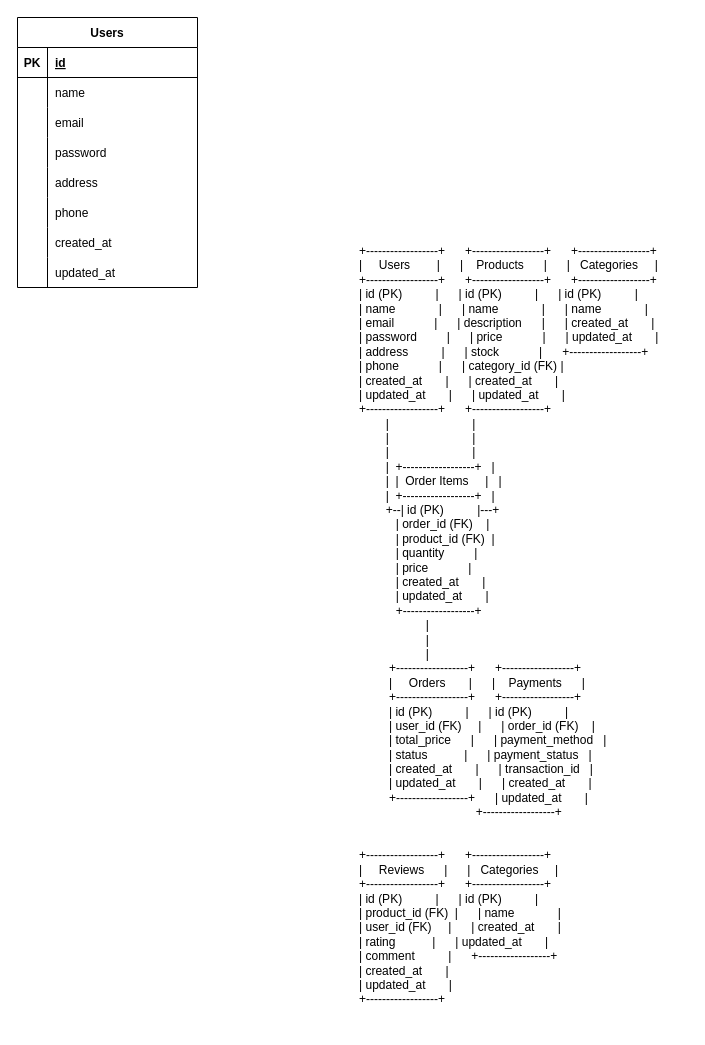
Above: architecture/db.drawio in ISAWASHUN/laravel-ec-site (draw.io), before the change. Source tidied: cells renumbered, new cells numbered last; positions are measured from the earlier drawing's top-left corner, leaving out a move shared by most shapes. Both pictures are drawn from the tidied source at 100%, with x=0, y=0 at pixel (17, 17).
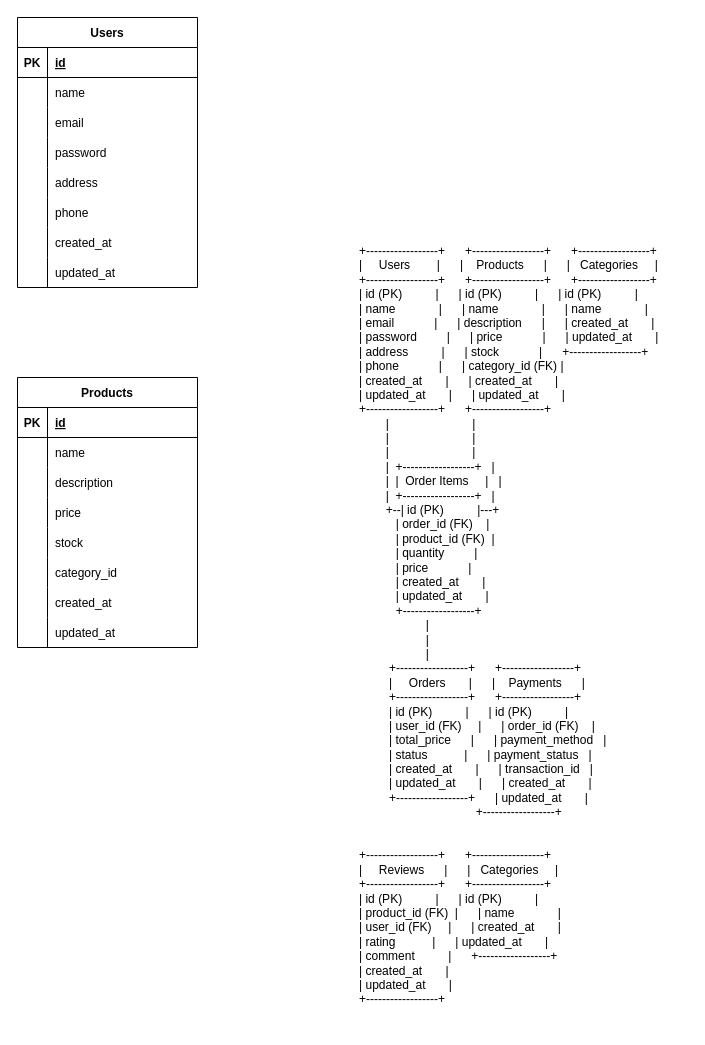
Above is the later version.

Commit message:
Productsテーブルの作成し直し

What changed in the source:
```diff
@@
+    <mxCell id="28" value="Products" style="shape=table;startSize=30;childLayout=tableLayout;rowLines=0;fontStyle=1;align=center;" parent="1" vertex="1">
+      <mxGeometry y="360" width="180" height="270" as="geometry" />
+    </mxCell>
+    <mxCell id="29" style="shape=tableRow;horizontal=0;startSize=0;swimlaneHead=0;swimlaneBody=0;fillColor=none;top=0;left=0;right=0;bottom=1;" parent="28" vertex="1">
+      <mxGeometry y="30" width="180" height="30" as="geometry" />
+    </mxCell>
+    <mxCell id="30" value="PK" style="shape=partialRectangle;fillColor=none;top=0;left=0;bottom=0;right=0;fontStyle=1;overflow=hidden;" parent="29" vertex="1">
+      <mxGeometry width="30" height="30" as="geometry" />
+    </mxCell>
+    <mxCell id="31" value="id" style="shape=partialRectangle;fillColor=none;top=0;left=0;bottom=0;right=0;align=left;spacingLeft=6;fontStyle=5;overflow=hidden;" parent="29" vertex="1">
+      <mxGeometry x="30" width="150" height="30" as="geometry" />
+    </mxCell>
+    <mxCell id="32" style="shape=tableRow;horizontal=0;startSize=0;swimlaneHead=0;swimlaneBody=0;fillColor=none;top=0;left=0;right=0;bottom=0;" parent="28" vertex="1">
+      <mxGeometry y="60" width="180" height="30" as="geometry" />
+    </mxCell>
+    <mxCell id="33" style="shape=partialRectangle;fillColor=none;top=0;left=0;bottom=0;right=0;overflow=hidden;" parent="32" vertex="1">
+      <mxGeometry width="30" height="30" as="geometry" />
+    </mxCell>
+    <mxCell id="34" value="name" style="shape=partialRectangle;fillColor=none;top=0;left=0;bottom=0;right=0;align=left;spacingLeft=6;overflow=hidden;" parent="32" vertex="1">
+      <mxGeometry x="30" width="150" height="30" as="geometry" />
+    </mxCell>
+    <mxCell id="35" style="shape=tableRow;horizontal=0;startSize=0;swimlaneHead=0;swimlaneBody=0;fillColor=none;top=0;left=0;right=0;bottom=0;" parent="28" vertex="1">
+      <mxGeometry y="90" width="180" height="30" as="geometry" />
+    </mxCell>
+    <mxCell id="36" style="shape=partialRectangle;fillColor=none;top=0;left=0;bottom=0;right=0;overflow=hidden;" parent="35" vertex="1">
+      <mxGeometry width="30" height="30" as="geometry" />
+    </mxCell>
+    <mxCell id="37" value="description" style="shape=partialRectangle;fillColor=none;top=0;left=0;bottom=0;right=0;align=left;spacingLeft=6;overflow=hidden;" parent="35" vertex="1">
+      <mxGeometry x="30" width="150" height="30" as="geometry" />
+    </mxCell>
+    <mxCell id="38" style="shape=tableRow;horizontal=0;startSize=0;swimlaneHead=0;swimlaneBody=0;fillColor=none;top=0;left=0;right=0;bottom=0;" parent="28" vertex="1">
+      <mxGeometry y="120" width="180" height="30" as="geometry" />
+    </mxCell>
+    <mxCell id="39" style="shape=partialRectangle;fillColor=none;top=0;left=0;bottom=0;right=0;overflow=hidden;" parent="38" vertex="1">
+      <mxGeometry width="30" height="30" as="geometry" />
+    </mxCell>
+    <mxCell id="40" value="price" style="shape=partialRectangle;fillColor=none;top=0;left=0;bottom=0;right=0;align=left;spacingLeft=6;overflow=hidden;" parent="38" vertex="1">
+      <mxGeometry x="30" width="150" height="30" as="geometry" />
+    </mxCell>
+    <mxCell id="41" style="shape=tableRow;horizontal=0;startSize=0;swimlaneHead=0;swimlaneBody=0;fillColor=none;top=0;left=0;right=0;bottom=0;" parent="28" vertex="1">
+      <mxGeometry y="150" width="180" height="30" as="geometry" />
+    </mxCell>
+    <mxCell id="42" style="shape=partialRectangle;fillColor=none;top=0;left=0;bottom=0;right=0;overflow=hidden;" parent="41" vertex="1">
+      <mxGeometry width="30" height="30" as="geometry" />
+    </mxCell>
+    <mxCell id="43" value="stock" style="shape=partialRectangle;fillColor=none;top=0;left=0;bottom=0;right=0;align=left;spacingLeft=6;overflow=hidden;" parent="41" vertex="1">
+      <mxGeometry x="30" width="150" height="30" as="geometry" />
+    </mxCell>
+    <mxCell id="44" style="shape=tableRow;horizontal=0;startSize=0;swimlaneHead=0;swimlaneBody=0;fillColor=none;top=0;left=0;right=0;bottom=0;" parent="28" vertex="1">
+      <mxGeometry y="180" width="180" height="30" as="geometry" />
+    </mxCell>
+    <mxCell id="45" style="shape=partialRectangle;fillColor=none;top=0;left=0;bottom=0;right=0;overflow=hidden;" parent="44" vertex="1">
+      <mxGeometry width="30" height="30" as="geometry" />
+    </mxCell>
+    <mxCell id="46" value="category_id" style="shape=partialRectangle;fillColor=none;top=0;left=0;bottom=0;right=0;align=left;spacingLeft=6;overflow=hidden;" parent="44" vertex="1">
+      <mxGeometry x="30" width="150" height="30" as="geometry" />
+    </mxCell>
+    <mxCell id="47" style="shape=tableRow;horizontal=0;startSize=0;swimlaneHead=0;swimlaneBody=0;fillColor=none;top=0;left=0;right=0;bottom=0;" parent="28" vertex="1">
+      <mxGeometry y="210" width="180" height="30" as="geometry" />
+    </mxCell>
+    <mxCell id="48" style="shape=partialRectangle;fillColor=none;top=0;left=0;bottom=0;right=0;overflow=hidden;" parent="47" vertex="1">
+      <mxGeometry width="30" height="30" as="geometry" />
+    </mxCell>
+    <mxCell id="49" value="created_at" style="shape=partialRectangle;fillColor=none;top=0;left=0;bottom=0;right=0;align=left;spacingLeft=6;overflow=hidden;" parent="47" vertex="1">
+      <mxGeometry x="30" width="150" height="30" as="geometry" />
+    </mxCell>
+    <mxCell id="50" style="shape=tableRow;horizontal=0;startSize=0;swimlaneHead=0;swimlaneBody=0;fillColor=none;top=0;left=0;right=0;bottom=0;" parent="28" vertex="1">
+      <mxGeometry y="240" width="180" height="30" as="geometry" />
+    </mxCell>
+    <mxCell id="51" style="shape=partialRectangle;fillColor=none;top=0;left=0;bottom=0;right=0;overflow=hidden;" parent="50" vertex="1">
+      <mxGeometry width="30" height="30" as="geometry" />
+    </mxCell>
+    <mxCell id="52" value="updated_at" style="shape=partialRectangle;fillColor=none;top=0;left=0;bottom=0;right=0;align=left;spacingLeft=6;overflow=hidden;" parent="50" vertex="1">
+      <mxGeometry x="30" width="150" height="30" as="geometry" />
+    </mxCell>
```
